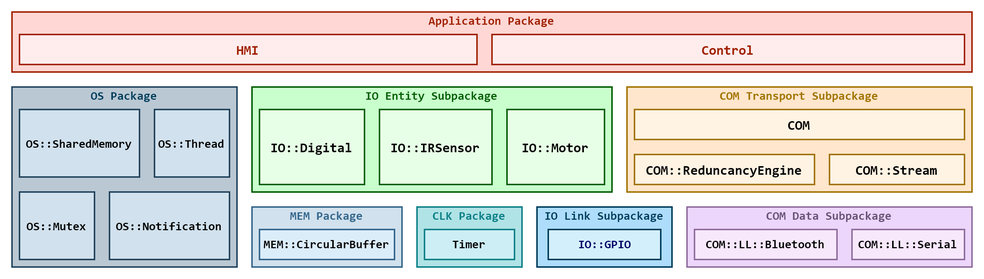
Earlier version of the draw.io export Proj/Iterations/1/Design/Navigation-Subsystem/Architectural-Overview/software-stack/full-stack-overview/full-stack-overview.png (LPI2-DreamTeam/rfcar). Source tidied: cells renumbered, new cells last; positions are measured from the earlier drawing's top-left corner, leaving out a move shared by most shapes.
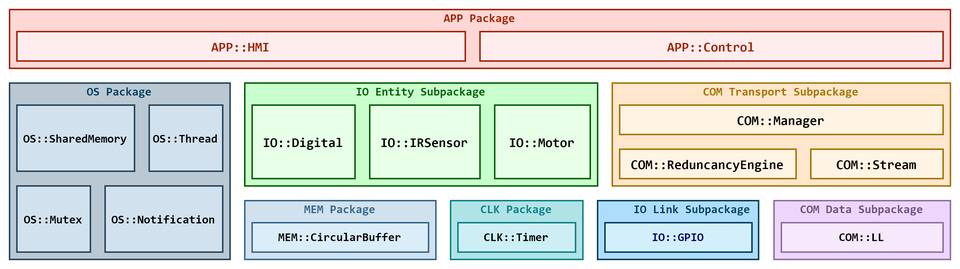
Later version of the same file.

Commit message:
ADD: Added COM package diagram and updated stack diagrams

The edit, as a diff of the source:
```diff
@@ -12,24 +12,24 @@
       <mxGeometry y="50" width="150" height="120" as="geometry" />
     </mxCell>
     <mxCell id="5" style="rounded=0;whiteSpace=wrap;html=1;labelBackgroundColor=none;fontFamily=Consolas;fontSize=8;align=center;gradientDirection=east;fontStyle=1;fillColor=#b0e3e6;strokeColor=#0e8088;" parent="1" vertex="1">
-      <mxGeometry x="270" y="130" width="70" height="40" as="geometry" />
+      <mxGeometry x="300" y="130" width="90" height="40" as="geometry" />
     </mxCell>
     <mxCell id="6" style="rounded=0;whiteSpace=wrap;html=1;fontSize=9;fontFamily=Consolas;verticalAlign=top;labelPosition=center;verticalLabelPosition=middle;align=center;fillColor=#FFE6CC;strokeColor=#A17400;" parent="1" vertex="1">
       <mxGeometry x="410" y="50" width="230" height="70" as="geometry" />
     </mxCell>
     <mxCell id="7" style="rounded=0;whiteSpace=wrap;html=1;fontSize=9;fontFamily=Consolas;verticalAlign=top;labelPosition=center;verticalLabelPosition=middle;align=center;fillColor=#ECD6FC;strokeColor=#8F6E9E;" parent="1" vertex="1">
-      <mxGeometry x="450" y="130" width="190" height="40" as="geometry" />
+      <mxGeometry x="520" y="130" width="120" height="40" as="geometry" />
     </mxCell>
-    <mxCell id="8" value="COM" style="rounded=0;whiteSpace=wrap;html=1;fontFamily=Consolas;fontSize=9;align=center;fontStyle=1;spacingRight=0;labelPosition=center;verticalLabelPosition=middle;verticalAlign=middle;fillColor=#FFF3E3;strokeColor=#A17400;" parent="1" vertex="1">
+    <mxCell id="8" value="COM::Manager" style="rounded=0;whiteSpace=wrap;html=1;fontFamily=Consolas;fontSize=9;align=center;fontStyle=1;spacingRight=0;labelPosition=center;verticalLabelPosition=middle;verticalAlign=middle;fillColor=#FFF3E3;strokeColor=#A17400;" parent="1" vertex="1">
       <mxGeometry x="415" y="65" width="220" height="20" as="geometry" />
     </mxCell>
-    <mxCell id="9" value="Control" style="rounded=0;whiteSpace=wrap;html=1;fontFamily=Consolas;fontSize=9;align=center;fontStyle=1;spacingRight=0;labelPosition=center;verticalLabelPosition=middle;verticalAlign=middle;labelBackgroundColor=none;fillColor=#FFEDED;strokeColor=#A12102;fontColor=#A12102;" parent="1" vertex="1">
+    <mxCell id="9" value="APP::Control" style="rounded=0;whiteSpace=wrap;html=1;fontFamily=Consolas;fontSize=9;align=center;fontStyle=1;spacingRight=0;labelPosition=center;verticalLabelPosition=middle;verticalAlign=middle;labelBackgroundColor=none;fillColor=#FFEDED;strokeColor=#A12102;fontColor=#A12102;" parent="1" vertex="1">
       <mxGeometry x="320" y="15" width="315" height="20" as="geometry" />
     </mxCell>
     <mxCell id="10" value="COM::ReduncancyEngine" style="rounded=0;whiteSpace=wrap;html=1;fontFamily=Consolas;fontSize=9;align=center;fontStyle=1;spacingRight=0;labelPosition=center;verticalLabelPosition=middle;verticalAlign=middle;horizontal=1;fillColor=#FFF3E3;strokeColor=#A17400;" parent="1" vertex="1">
       <mxGeometry x="415" y="95" width="120" height="20" as="geometry" />
     </mxCell>
-    <mxCell id="11" value="HMI" style="rounded=0;whiteSpace=wrap;html=1;fontFamily=Consolas;fontSize=9;align=center;fontStyle=1;spacingRight=0;labelPosition=center;verticalLabelPosition=middle;verticalAlign=middle;labelBackgroundColor=none;fillColor=#FFEDED;strokeColor=#A12102;fontColor=#A12102;" parent="1" vertex="1">
+    <mxCell id="11" value="APP::HMI" style="rounded=0;whiteSpace=wrap;html=1;fontFamily=Consolas;fontSize=9;align=center;fontStyle=1;spacingRight=0;labelPosition=center;verticalLabelPosition=middle;verticalAlign=middle;labelBackgroundColor=none;fillColor=#FFEDED;strokeColor=#A12102;fontColor=#A12102;" parent="1" vertex="1">
       <mxGeometry x="5" y="15" width="305" height="20" as="geometry" />
     </mxCell>
     <mxCell id="12" value="IO::Digital" style="rounded=0;whiteSpace=wrap;html=1;fontFamily=Consolas;fontSize=9;align=center;fontStyle=1;spacingRight=0;labelPosition=center;verticalLabelPosition=middle;verticalAlign=middle;fillColor=#E7FFE6;strokeColor=#035E03;" parent="1" vertex="1">
@@ -50,35 +50,32 @@
     <mxCell id="17" value="OS::Mutex" style="rounded=0;whiteSpace=wrap;html=1;labelBackgroundColor=none;fontFamily=Consolas;fontSize=8;align=center;gradientDirection=east;fontStyle=1;fillColor=#D1E1ED;strokeColor=#23445D;" parent="1" vertex="1">
       <mxGeometry x="5" y="120" width="50" height="45" as="geometry" />
     </mxCell>
-    <mxCell id="18" value="&lt;font style=&quot;font-size: 8px;&quot;&gt;Timer&lt;/font&gt;" style="rounded=0;whiteSpace=wrap;html=1;labelBackgroundColor=none;fontFamily=Consolas;fontSize=8;align=center;gradientDirection=east;fontStyle=1;strokeColor=#0e8088;fillColor=#CDEEF5;" parent="1" vertex="1">
-      <mxGeometry x="275" y="145" width="60" height="20" as="geometry" />
+    <mxCell id="18" value="&lt;font style=&quot;font-size: 8px&quot;&gt;CLK::Timer&lt;/font&gt;" style="rounded=0;whiteSpace=wrap;html=1;labelBackgroundColor=none;fontFamily=Consolas;fontSize=8;align=center;gradientDirection=east;fontStyle=1;strokeColor=#0e8088;fillColor=#CDEEF5;" parent="1" vertex="1">
+      <mxGeometry x="305" y="145" width="80" height="20" as="geometry" />
     </mxCell>
-    <mxCell id="19" value="COM::LL::Bluetooth" style="rounded=0;whiteSpace=wrap;html=1;fontFamily=Consolas;fontSize=8;align=center;fontStyle=1;spacingRight=0;verticalAlign=middle;fillColor=#F7E8FC;strokeColor=#8F6E9E;" parent="1" vertex="1">
-      <mxGeometry x="455" y="145" width="95" height="20" as="geometry" />
+    <mxCell id="19" value="COM::LL" style="rounded=0;whiteSpace=wrap;html=1;fontFamily=Consolas;fontSize=8;align=center;fontStyle=1;spacingRight=0;verticalAlign=middle;fillColor=#F7E8FC;strokeColor=#8F6E9E;" parent="1" vertex="1">
+      <mxGeometry x="525" y="145" width="110" height="20" as="geometry" />
     </mxCell>
-    <mxCell id="20" value="COM::LL::Serial" style="rounded=0;whiteSpace=wrap;html=1;fontFamily=Consolas;fontSize=8;align=center;fontStyle=1;spacingRight=0;verticalAlign=middle;fillColor=#F7E8FC;strokeColor=#8F6E9E;" parent="1" vertex="1">
-      <mxGeometry x="560" y="145" width="75" height="20" as="geometry" />
-    </mxCell>
     <mxCell id="21" value="COM::Stream" style="rounded=0;whiteSpace=wrap;html=1;fontFamily=Consolas;fontSize=9;align=center;fontStyle=1;spacingRight=0;labelPosition=center;verticalLabelPosition=middle;verticalAlign=middle;horizontal=1;fillColor=#FFF3E3;strokeColor=#A17400;" parent="1" vertex="1">
       <mxGeometry x="545" y="95" width="90" height="20" as="geometry" />
     </mxCell>
     <mxCell id="22" style="rounded=0;whiteSpace=wrap;html=1;fontSize=9;fontFamily=Consolas;verticalAlign=top;labelPosition=center;verticalLabelPosition=middle;align=center;fillColor=#AEDDFC;strokeColor=#003D5B;" parent="1" vertex="1">
-      <mxGeometry x="350" y="130" width="90" height="40" as="geometry" />
+      <mxGeometry x="400" y="130" width="109.5" height="40" as="geometry" />
     </mxCell>
     <mxCell id="23" value="IO::GPIO" style="rounded=0;whiteSpace=wrap;html=1;fontFamily=Consolas;fontSize=8;align=center;fontStyle=1;spacingRight=0;fontColor=#000066;verticalAlign=middle;fillColor=#D4EFFC;strokeColor=#003D5B;" parent="1" vertex="1">
-      <mxGeometry x="357.5" y="145" width="75" height="20" as="geometry" />
+      <mxGeometry x="405" y="145" width="100" height="20" as="geometry" />
     </mxCell>
     <mxCell id="24" value="&lt;span style=&quot;color: rgb(106 , 82 , 117) ; font-weight: 700&quot;&gt;COM Data&amp;nbsp;&lt;/span&gt;&lt;font color=&quot;#6a5275&quot;&gt;&lt;b&gt;Subpackage&lt;/b&gt;&lt;/font&gt;" style="text;html=1;strokeColor=none;fillColor=none;align=center;verticalAlign=middle;whiteSpace=wrap;rounded=0;fontFamily=Consolas;fontSize=8;fontColor=#000000;" parent="1" vertex="1">
-      <mxGeometry x="490" y="130" width="110" height="12" as="geometry" />
+      <mxGeometry x="525" y="130" width="110" height="12" as="geometry" />
     </mxCell>
     <mxCell id="25" value="&lt;span style=&quot;font-weight: 700&quot;&gt;COM Transport&amp;nbsp;&lt;/span&gt;&lt;b&gt;Subpackage&lt;/b&gt;" style="text;html=1;strokeColor=none;fillColor=none;align=center;verticalAlign=middle;whiteSpace=wrap;rounded=0;fontFamily=Consolas;fontSize=8;fontColor=#A17400;" parent="1" vertex="1">
       <mxGeometry x="460" y="50" width="130" height="12" as="geometry" />
     </mxCell>
     <mxCell id="26" value="&lt;span style=&quot;font-weight: 700&quot;&gt;IO Link&amp;nbsp;&lt;/span&gt;&lt;b&gt;Subpackage&lt;/b&gt;" style="text;html=1;strokeColor=none;fillColor=none;align=center;verticalAlign=middle;whiteSpace=wrap;rounded=0;fontFamily=Consolas;fontSize=8;fontColor=#003D5B;" parent="1" vertex="1">
-      <mxGeometry x="335" y="130" width="120" height="12" as="geometry" />
+      <mxGeometry x="417" y="130" width="95" height="12" as="geometry" />
     </mxCell>
     <mxCell id="27" value="&lt;span style=&quot;font-weight: 700&quot;&gt;CLK&amp;nbsp;&lt;/span&gt;&lt;b&gt;Package&lt;/b&gt;" style="text;html=1;strokeColor=none;fillColor=none;align=center;verticalAlign=middle;whiteSpace=wrap;rounded=0;fontFamily=Consolas;fontSize=8;fontColor=#0E8088;" parent="1" vertex="1">
-      <mxGeometry x="270" y="130" width="70" height="12" as="geometry" />
+      <mxGeometry x="310" y="130" width="70" height="12" as="geometry" />
     </mxCell>
     <mxCell id="28" value="OS::Notification" style="rounded=0;whiteSpace=wrap;html=1;labelBackgroundColor=none;fontFamily=Consolas;fontSize=8;align=center;gradientDirection=east;fontStyle=1;fillColor=#D1E1ED;strokeColor=#23445D;" parent="1" vertex="1">
       <mxGeometry x="65" y="120" width="80" height="45" as="geometry" />
@@ -89,17 +86,17 @@
     <mxCell id="30" value="&lt;span style=&quot;font-weight: 700&quot;&gt;IO Entity Subp&lt;/span&gt;&lt;b&gt;ackage&lt;/b&gt;" style="text;html=1;align=center;verticalAlign=middle;whiteSpace=wrap;rounded=0;fontFamily=Consolas;fontSize=8;fontColor=#035E03;" parent="1" vertex="1">
       <mxGeometry x="230" y="50" width="100" height="12" as="geometry" />
     </mxCell>
-    <mxCell id="31" value="&lt;span style=&quot;font-weight: 700&quot;&gt;Application Package&lt;/span&gt;" style="text;html=1;align=center;verticalAlign=middle;whiteSpace=wrap;rounded=0;fontFamily=Consolas;fontSize=8;fontColor=#A12102;" parent="1" vertex="1">
+    <mxCell id="31" value="&lt;span style=&quot;font-weight: 700&quot;&gt;APP Package&lt;/span&gt;" style="text;html=1;align=center;verticalAlign=middle;whiteSpace=wrap;rounded=0;fontFamily=Consolas;fontSize=8;fontColor=#A12102;" parent="1" vertex="1">
       <mxGeometry x="275" width="90" height="12" as="geometry" />
     </mxCell>
     <mxCell id="32" style="rounded=0;whiteSpace=wrap;html=1;labelBackgroundColor=none;fontFamily=Consolas;fontSize=8;align=center;gradientDirection=east;fontStyle=1;fillColor=#D1E1ED;strokeColor=#35678C;" parent="1" vertex="1">
-      <mxGeometry x="160" y="130" width="100" height="40" as="geometry" />
+      <mxGeometry x="160" y="130" width="130" height="40" as="geometry" />
     </mxCell>
     <mxCell id="33" value="&lt;font style=&quot;font-size: 8px;&quot;&gt;MEM::CircularBuffer&lt;/font&gt;" style="rounded=0;whiteSpace=wrap;html=1;labelBackgroundColor=none;fontFamily=Consolas;fontSize=8;align=center;gradientDirection=east;fontStyle=1;fillColor=#DCEDFA;strokeColor=#35678C;" parent="1" vertex="1">
-      <mxGeometry x="165" y="145" width="90" height="20" as="geometry" />
+      <mxGeometry x="165" y="145" width="120" height="20" as="geometry" />
     </mxCell>
     <mxCell id="34" value="&lt;span style=&quot;font-weight: 700&quot;&gt;MEM&amp;nbsp;&lt;/span&gt;&lt;b&gt;Package&lt;/b&gt;" style="text;html=1;strokeColor=none;fillColor=none;align=center;verticalAlign=middle;whiteSpace=wrap;rounded=0;fontFamily=Consolas;fontSize=8;fontColor=#35678C;" parent="1" vertex="1">
-      <mxGeometry x="175" y="130" width="70" height="12" as="geometry" />
+      <mxGeometry x="190" y="130" width="70" height="12" as="geometry" />
     </mxCell>
   </root>
 </mxGraphModel>
```
